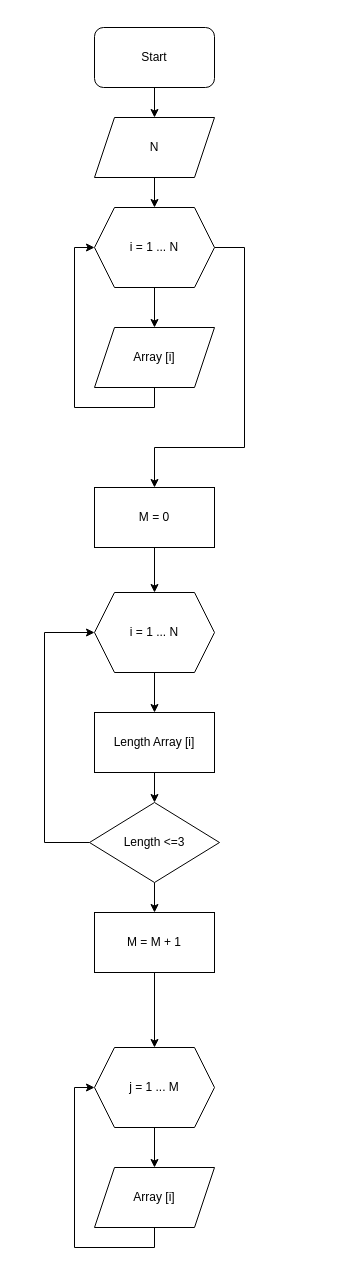
This is block.drawio from cbaabc383/FinalProject, a draw.io file, before an edit. Source tidied: cells renumbered, new cells numbered last; positions are measured from the earlier drawing's top-left corner, leaving out a move shared by most shapes. Both pictures are drawn from the tidied source at 100%, with x=0, y=0 at pixel (44, 27).
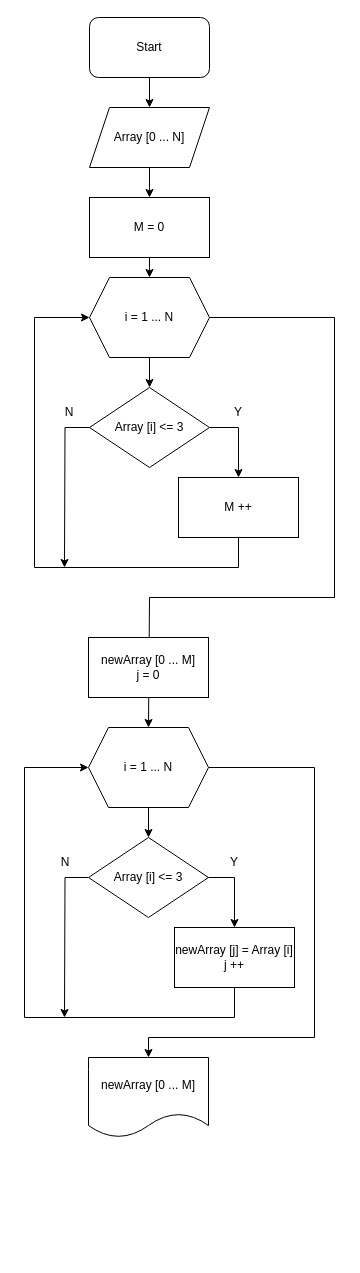
The same diagram, later.

Commit message:
block correction

The edit, as a diff of the source:
```diff
@@
     <mxCell id="3" value="Start" style="rounded=1;whiteSpace=wrap;html=1;" parent="1" vertex="1">
-      <mxGeometry x="50" width="120" height="60" as="geometry" />
+      <mxGeometry x="45" y="-10" width="120" height="60" as="geometry" />
     </mxCell>
-    <mxCell id="4" style="edgeStyle=orthogonalEdgeStyle;rounded=0;jettySize=auto;html=1;entryX=0.5;entryY=0;entryDx=0;entryDy=0;" parent="1" edge="1" source="5" target="8">
+    <mxCell id="4" style="edgeStyle=orthogonalEdgeStyle;rounded=0;jettySize=auto;html=1;entryX=0.5;entryY=0;entryDx=0;entryDy=0;exitX=0.5;exitY=1;exitDx=0;exitDy=0;" parent="1" edge="1" source="31" target="8">
       <mxGeometry relative="1" as="geometry" />
     </mxCell>
+    <mxCell id="26" style="edgeStyle=orthogonalEdgeStyle;rounded=0;jettySize=auto;html=1;entryX=0.5;entryY=0;entryDx=0;entryDy=0;" parent="1" edge="1" source="5" target="31">
+      <mxGeometry relative="1" as="geometry" />
+    </mxCell>
-    <mxCell id="5" value="N" style="shape=parallelogram;perimeter=parallelogramPerimeter;whiteSpace=wrap;html=1;fixedSize=1;" parent="1" vertex="1">
-      <mxGeometry x="50" y="90" width="120" height="60" as="geometry" />
+    <mxCell id="5" value="Array [0 ... N]" style="shape=parallelogram;perimeter=parallelogramPerimeter;whiteSpace=wrap;html=1;fixedSize=1;" parent="1" vertex="1">
+      <mxGeometry x="45" y="80" width="120" height="60" as="geometry" />
     </mxCell>
-    <mxCell id="6" style="edgeStyle=orthogonalEdgeStyle;rounded=0;jettySize=auto;html=1;entryX=0.5;entryY=0;entryDx=0;entryDy=0;" parent="1" edge="1" source="8" target="10">
+    <mxCell id="6" style="edgeStyle=orthogonalEdgeStyle;rounded=0;jettySize=auto;html=1;entryX=0.5;entryY=0;entryDx=0;entryDy=0;" parent="1" edge="1" source="8" target="30">
       <mxGeometry relative="1" as="geometry" />
     </mxCell>
-    <mxCell id="7" style="edgeStyle=orthogonalEdgeStyle;rounded=0;jettySize=auto;html=1;entryX=0.5;entryY=0;entryDx=0;entryDy=0;" parent="1" edge="1" source="8" target="21">
-      <mxGeometry relative="1" as="geometry">
-        <Array as="points">
-          <mxPoint x="200" y="220" />
-          <mxPoint x="200" y="420" />
-          <mxPoint x="110" y="420" />
-        </Array>
-      </mxGeometry>
-    </mxCell>
+    <mxCell id="27" style="edgeStyle=orthogonalEdgeStyle;rounded=0;jettySize=auto;html=1;entryX=0.5;entryY=0;entryDx=0;entryDy=0;" parent="1" edge="1" source="8" target="12">
+      <mxGeometry relative="1" as="geometry">
+        <Array as="points">
+          <mxPoint x="290" y="290" />
+          <mxPoint x="290" y="570" />
+          <mxPoint x="105" y="570" />
+        </Array>
+      </mxGeometry>
+    </mxCell>
     <mxCell id="8" value="i = 1 ... N" style="shape=hexagon;perimeter=hexagonPerimeter2;whiteSpace=wrap;html=1;fixedSize=1;" parent="1" vertex="1">
-      <mxGeometry x="50" y="180" width="120" height="80" as="geometry" />
+      <mxGeometry x="45" y="250" width="120" height="80" as="geometry" />
     </mxCell>
-    <mxCell id="9" style="edgeStyle=orthogonalEdgeStyle;rounded=0;jettySize=auto;html=1;entryX=0;entryY=0.5;entryDx=0;entryDy=0;exitX=0.5;exitY=1;exitDx=0;exitDy=0;" parent="1" edge="1" source="10" target="8">
-      <mxGeometry relative="1" as="geometry" />
-    </mxCell>
-    <mxCell id="10" value="Array [i]" style="shape=parallelogram;perimeter=parallelogramPerimeter;whiteSpace=wrap;html=1;fixedSize=1;" parent="1" vertex="1">
-      <mxGeometry x="50" y="300" width="120" height="60" as="geometry" />
-    </mxCell>
-    <mxCell id="11" style="edgeStyle=orthogonalEdgeStyle;rounded=0;jettySize=auto;html=1;entryX=0.5;entryY=0;entryDx=0;entryDy=0;" parent="1" edge="1" source="12" target="14">
-      <mxGeometry relative="1" as="geometry" />
-    </mxCell>
-    <mxCell id="12" value="i = 1 ... N" style="shape=hexagon;perimeter=hexagonPerimeter2;whiteSpace=wrap;html=1;fixedSize=1;" parent="1" vertex="1">
-      <mxGeometry x="50" y="565" width="120" height="80" as="geometry" />
-    </mxCell>
-    <mxCell id="13" style="edgeStyle=orthogonalEdgeStyle;rounded=0;jettySize=auto;html=1;entryX=0.5;entryY=0;entryDx=0;entryDy=0;" parent="1" edge="1" source="14" target="17">
-      <mxGeometry relative="1" as="geometry" />
-    </mxCell>
-    <mxCell id="14" value="Length Array [i]" style="rounded=0;whiteSpace=wrap;html=1;" parent="1" vertex="1">
-      <mxGeometry x="50" y="685" width="120" height="60" as="geometry" />
-    </mxCell>
-    <mxCell id="15" style="edgeStyle=orthogonalEdgeStyle;rounded=0;jettySize=auto;html=1;entryX=0.5;entryY=0;entryDx=0;entryDy=0;" parent="1" edge="1" source="17" target="19">
-      <mxGeometry relative="1" as="geometry" />
-    </mxCell>
-    <mxCell id="16" style="edgeStyle=orthogonalEdgeStyle;rounded=0;jettySize=auto;html=1;" parent="1" edge="1" source="17" target="12">
-      <mxGeometry relative="1" as="geometry">
-        <Array as="points">
-          <mxPoint y="815" />
-          <mxPoint y="605" />
-        </Array>
-      </mxGeometry>
-    </mxCell>
-    <mxCell id="17" value="Length &amp;lt;=3" style="rhombus;whiteSpace=wrap;html=1;" parent="1" vertex="1">
-      <mxGeometry x="45" y="775" width="130" height="80" as="geometry" />
-    </mxCell>
-    <mxCell id="18" style="edgeStyle=orthogonalEdgeStyle;rounded=0;jettySize=auto;html=1;" parent="1" edge="1" source="19" target="23">
-      <mxGeometry relative="1" as="geometry" />
-    </mxCell>
-    <mxCell id="19" value="M = M + 1" style="rounded=0;whiteSpace=wrap;html=1;" parent="1" vertex="1">
-      <mxGeometry x="50" y="885" width="120" height="60" as="geometry" />
-    </mxCell>
-    <mxCell id="20" style="edgeStyle=orthogonalEdgeStyle;rounded=0;jettySize=auto;html=1;entryX=0.5;entryY=0;entryDx=0;entryDy=0;" parent="1" edge="1" source="21" target="12">
-      <mxGeometry relative="1" as="geometry" />
+    <mxCell id="20" style="edgeStyle=orthogonalEdgeStyle;rounded=0;jettySize=auto;html=1;entryX=0;entryY=0.5;entryDx=0;entryDy=0;" parent="1" edge="1" source="21" target="8">
+      <mxGeometry x="0.06" y="50" relative="1" as="geometry">
+        <Array as="points">
+          <mxPoint x="194" y="540" />
+          <mxPoint x="-10" y="540" />
+          <mxPoint x="-10" y="290" />
+        </Array>
+      </mxGeometry>
     </mxCell>
-    <mxCell id="21" value="M = 0" style="rounded=0;whiteSpace=wrap;html=1;" parent="1" vertex="1">
-      <mxGeometry x="50" y="460" width="120" height="60" as="geometry" />
+    <mxCell id="21" value="M ++" style="rounded=0;whiteSpace=wrap;html=1;" parent="1" vertex="1">
+      <mxGeometry x="134" y="450" width="120" height="60" as="geometry" />
     </mxCell>
-    <mxCell id="22" style="edgeStyle=orthogonalEdgeStyle;rounded=0;jettySize=auto;html=1;entryX=0.5;entryY=0;entryDx=0;entryDy=0;" parent="1" edge="1" source="23" target="25">
-      <mxGeometry relative="1" as="geometry" />
-    </mxCell>
-    <mxCell id="23" value="j = 1 ... M" style="shape=hexagon;perimeter=hexagonPerimeter2;whiteSpace=wrap;html=1;fixedSize=1;" parent="1" vertex="1">
-      <mxGeometry x="50" y="1020" width="120" height="80" as="geometry" />
-    </mxCell>
-    <mxCell id="24" style="edgeStyle=orthogonalEdgeStyle;rounded=0;jettySize=auto;html=1;entryX=0;entryY=0.5;entryDx=0;entryDy=0;exitX=0.5;exitY=1;exitDx=0;exitDy=0;" parent="1" edge="1" source="25" target="23">
-      <mxGeometry relative="1" as="geometry" />
-    </mxCell>
-    <mxCell id="25" value="Array [i]" style="shape=parallelogram;perimeter=parallelogramPerimeter;whiteSpace=wrap;html=1;fixedSize=1;" parent="1" vertex="1">
-      <mxGeometry x="50" y="1140" width="120" height="60" as="geometry" />
-    </mxCell>
+    <mxCell id="28" style="edgeStyle=orthogonalEdgeStyle;rounded=0;jettySize=auto;html=1;" parent="1" edge="1" source="30">
+      <mxGeometry relative="1" as="geometry">
+        <mxPoint x="20" y="540" as="targetPoint" />
+      </mxGeometry>
+    </mxCell>
+    <mxCell id="29" style="edgeStyle=orthogonalEdgeStyle;rounded=0;jettySize=auto;html=1;entryX=0.5;entryY=0;entryDx=0;entryDy=0;exitX=1;exitY=0.5;exitDx=0;exitDy=0;" parent="1" edge="1" source="30" target="21">
+      <mxGeometry relative="1" as="geometry" />
+    </mxCell>
+    <mxCell id="30" value="Array [i] &amp;lt;= 3" style="rhombus;whiteSpace=wrap;html=1;" parent="1" vertex="1">
+      <mxGeometry x="45" y="360" width="120" height="80" as="geometry" />
+    </mxCell>
+    <mxCell id="31" value="M = 0" style="rounded=0;whiteSpace=wrap;html=1;" parent="1" vertex="1">
+      <mxGeometry x="45" y="170" width="120" height="60" as="geometry" />
+    </mxCell>
+    <mxCell id="32" style="edgeStyle=orthogonalEdgeStyle;rounded=0;jettySize=auto;html=1;entryX=0.5;entryY=0;entryDx=0;entryDy=0;" parent="1" edge="1" source="12" target="38">
+      <mxGeometry relative="1" as="geometry">
+        <Array as="points">
+          <mxPoint x="104" y="810" />
+          <mxPoint x="104" y="810" />
+        </Array>
+      </mxGeometry>
+    </mxCell>
+    <mxCell id="33" style="edgeStyle=orthogonalEdgeStyle;rounded=0;jettySize=auto;html=1;entryX=0.5;entryY=0;entryDx=0;entryDy=0;" parent="1" edge="1" source="12" target="42">
+      <mxGeometry relative="1" as="geometry">
+        <Array as="points">
+          <mxPoint x="270" y="740" />
+          <mxPoint x="270" y="1010" />
+          <mxPoint x="104" y="1010" />
+        </Array>
+      </mxGeometry>
+    </mxCell>
+    <mxCell id="12" value="i = 1 ... N" style="shape=hexagon;perimeter=hexagonPerimeter2;whiteSpace=wrap;html=1;fixedSize=1;" parent="1" vertex="1">
+      <mxGeometry x="44" y="700" width="120" height="80" as="geometry" />
+    </mxCell>
+    <mxCell id="34" style="edgeStyle=orthogonalEdgeStyle;rounded=0;jettySize=auto;html=1;entryX=0;entryY=0.5;entryDx=0;entryDy=0;exitX=0.5;exitY=1;exitDx=0;exitDy=0;" parent="1" edge="1" source="35" target="12">
+      <mxGeometry relative="1" as="geometry">
+        <Array as="points">
+          <mxPoint x="190" y="990" />
+          <mxPoint x="-20" y="990" />
+          <mxPoint x="-20" y="740" />
+        </Array>
+      </mxGeometry>
+    </mxCell>
+    <mxCell id="35" value="newArray [j] = Array [i]&lt;br&gt;j ++" style="rounded=0;whiteSpace=wrap;html=1;" parent="1" vertex="1">
+      <mxGeometry x="130" y="900" width="120" height="60" as="geometry" />
+    </mxCell>
+    <mxCell id="36" style="edgeStyle=orthogonalEdgeStyle;rounded=0;jettySize=auto;html=1;" parent="1" edge="1" source="38">
+      <mxGeometry relative="1" as="geometry">
+        <mxPoint x="20" y="990" as="targetPoint" />
+      </mxGeometry>
+    </mxCell>
+    <mxCell id="37" style="edgeStyle=orthogonalEdgeStyle;rounded=0;jettySize=auto;html=1;exitX=1;exitY=0.5;exitDx=0;exitDy=0;" parent="1" edge="1" source="38" target="35">
+      <mxGeometry relative="1" as="geometry" />
+    </mxCell>
+    <mxCell id="38" value="Array [i] &amp;lt;= 3" style="rhombus;whiteSpace=wrap;html=1;" parent="1" vertex="1">
+      <mxGeometry x="44" y="810" width="120" height="80" as="geometry" />
+    </mxCell>
+    <mxCell id="39" value="Y" style="text;html=1;strokeColor=none;fillColor=none;align=center;verticalAlign=middle;whiteSpace=wrap;rounded=0;" parent="1" vertex="1">
+      <mxGeometry x="164" y="370" width="60" height="30" as="geometry" />
+    </mxCell>
+    <mxCell id="40" value="N" style="text;html=1;strokeColor=none;fillColor=none;align=center;verticalAlign=middle;whiteSpace=wrap;rounded=0;" parent="1" vertex="1">
+      <mxGeometry x="-5" y="370" width="60" height="30" as="geometry" />
+    </mxCell>
+    <mxCell id="41" value="newArray [0 ... M]&lt;br&gt;j = 0" style="rounded=0;whiteSpace=wrap;html=1;" parent="1" vertex="1">
+      <mxGeometry x="44" y="610" width="120" height="60" as="geometry" />
+    </mxCell>
+    <mxCell id="42" value="newArray [0 ... M]" style="shape=document;whiteSpace=wrap;html=1;boundedLbl=1;" parent="1" vertex="1">
+      <mxGeometry x="44" y="1030" width="120" height="80" as="geometry" />
+    </mxCell>
+    <mxCell id="43" value="Y" style="text;html=1;strokeColor=none;fillColor=none;align=center;verticalAlign=middle;whiteSpace=wrap;rounded=0;" parent="1" vertex="1">
+      <mxGeometry x="159.5" y="820" width="60" height="30" as="geometry" />
+    </mxCell>
+    <mxCell id="44" value="N" style="text;html=1;strokeColor=none;fillColor=none;align=center;verticalAlign=middle;whiteSpace=wrap;rounded=0;" parent="1" vertex="1">
+      <mxGeometry x="-9.5" y="820" width="60" height="30" as="geometry" />
+    </mxCell>
```
